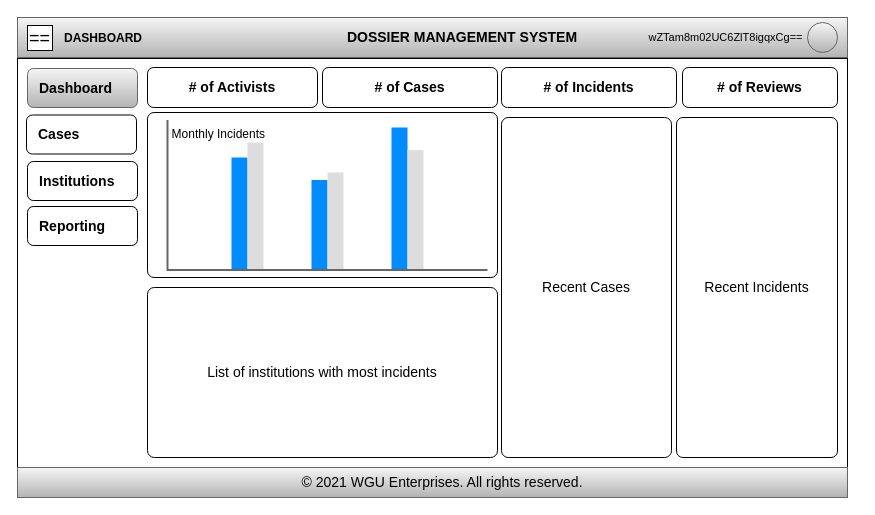
Above: page "web-dashboard" (4 of 8) of System_Design.drawio in thachp/dossa (draw.io), before the change. Source tidied: cells renumbered, new cells numbered last; positions are measured from the earlier drawing's top-left corner, leaving out a move shared by most shapes. Both pictures are drawn from the tidied source at 100%, with x=0, y=0 at pixel (17, 17).
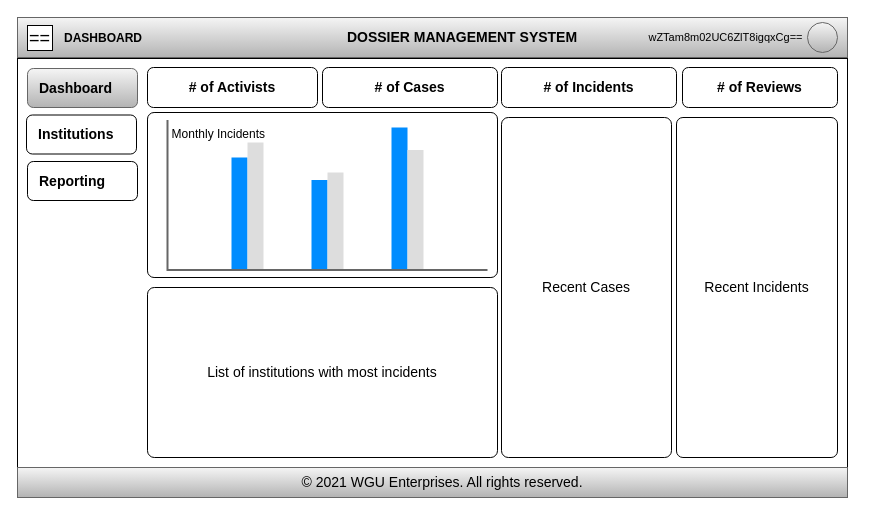
Above is the later version.

Unchanged cells that the change refers to:
```xml
<mxCell id="21" style="group;" parent="2" vertex="1">
  <mxGeometry x="9" y="51" width="111" height="177" as="geometry" />
</mxCell>
```

What changed in the source:
```diff
@@
+    <mxCell id="27" style="group;" parent="1" vertex="1">
+      <mxGeometry width="840" height="480" as="geometry" />
+    </mxCell>
-    <mxCell id="2" style="group;" parent="1" vertex="1">
+    <mxCell id="2" style="group;" parent="27" vertex="1">
       <mxGeometry width="840" height="480" as="geometry" />
     </mxCell>
@@
-    <mxCell id="23" value="Institutions" style="rounded=1;whiteSpace=wrap;html=1;shadow=0;labelBackgroundColor=none;sketch=0;fontSize=14;fontColor=#000000;strokeColor=#000000;align=left;verticalAlign=middle;fontStyle=1;spacingLeft=10;" parent="21" vertex="1">
+    <mxCell id="23" value="Reporting" style="rounded=1;whiteSpace=wrap;html=1;shadow=0;labelBackgroundColor=none;sketch=0;fontSize=14;fontColor=#000000;strokeColor=#000000;align=left;verticalAlign=middle;fontStyle=1;spacingLeft=10;" parent="21" vertex="1">
       <mxGeometry x="1" y="93" width="110" height="39" as="geometry" />
     </mxCell>
-    <mxCell id="24" value="Reporting" style="rounded=1;whiteSpace=wrap;html=1;shadow=0;labelBackgroundColor=none;sketch=0;fontSize=14;fontColor=#000000;strokeColor=#000000;align=left;verticalAlign=middle;fontStyle=1;spacingLeft=10;" parent="21" vertex="1">
-      <mxGeometry x="1" y="138" width="110" height="39" as="geometry" />
-    </mxCell>
-    <mxCell id="25" value="Cases" style="rounded=1;whiteSpace=wrap;html=1;shadow=0;labelBackgroundColor=none;sketch=0;fontSize=14;fontColor=#000000;strokeColor=#000000;align=left;verticalAlign=middle;fontStyle=1;spacingLeft=10;" parent="21" vertex="1">
+    <mxCell id="25" value="Institutions" style="rounded=1;whiteSpace=wrap;html=1;shadow=0;labelBackgroundColor=none;sketch=0;fontSize=14;fontColor=#000000;strokeColor=#000000;align=left;verticalAlign=middle;fontStyle=1;spacingLeft=10;" parent="21" vertex="1">
       <mxGeometry y="46.5" width="110" height="39" as="geometry" />
     </mxCell>
-    <mxCell id="26" value="&lt;span style=&quot;font-size: 12px&quot;&gt;&lt;b&gt;DASHBOARD&lt;/b&gt;&lt;/span&gt;" style="text;html=1;strokeColor=none;fillColor=none;align=left;verticalAlign=middle;whiteSpace=wrap;rounded=0;shadow=0;labelBackgroundColor=none;sketch=0;fontSize=11;fontColor=#000000;" parent="1" vertex="1">
+    <mxCell id="26" value="&lt;span style=&quot;font-size: 12px&quot;&gt;&lt;b&gt;DASHBOARD&lt;/b&gt;&lt;/span&gt;" style="text;html=1;strokeColor=none;fillColor=none;align=left;verticalAlign=middle;whiteSpace=wrap;rounded=0;shadow=0;labelBackgroundColor=none;sketch=0;fontSize=11;fontColor=#000000;" parent="27" vertex="1">
       <mxGeometry x="45" y="6" width="210" height="30" as="geometry" />
     </mxCell>
```
